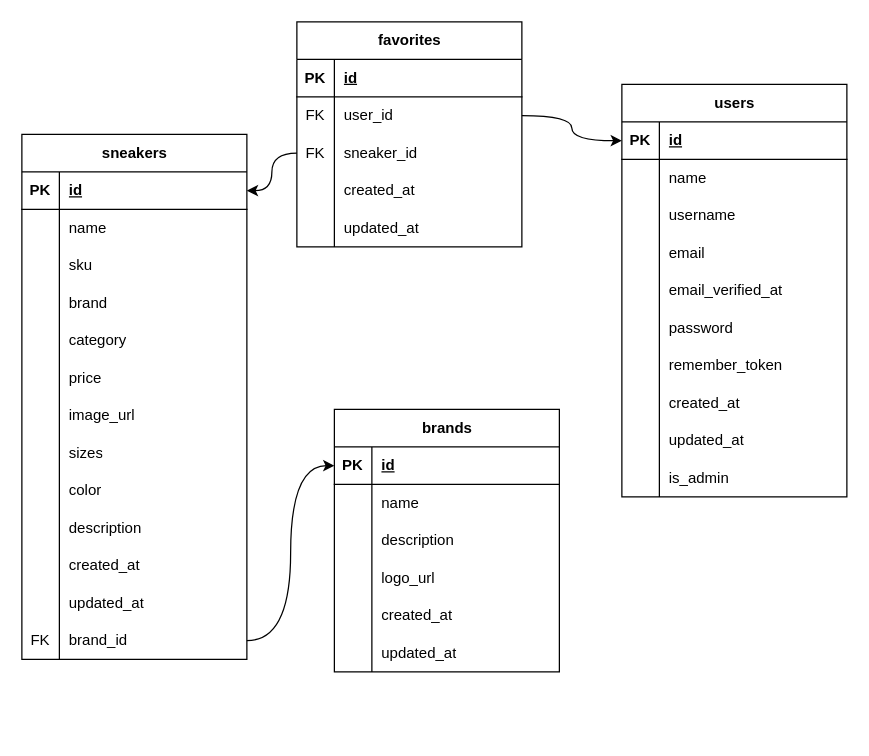
Before: diagrama BBDD.drawio in notsauz/web-zapatillas, a draw.io diagram. Source tidied: cells renumbered, new cells numbered last; positions are measured from the earlier drawing's top-left corner, leaving out a move shared by most shapes. Both pictures are drawn from the tidied source at 125%, with x=0, y=0 at pixel (21, 21).
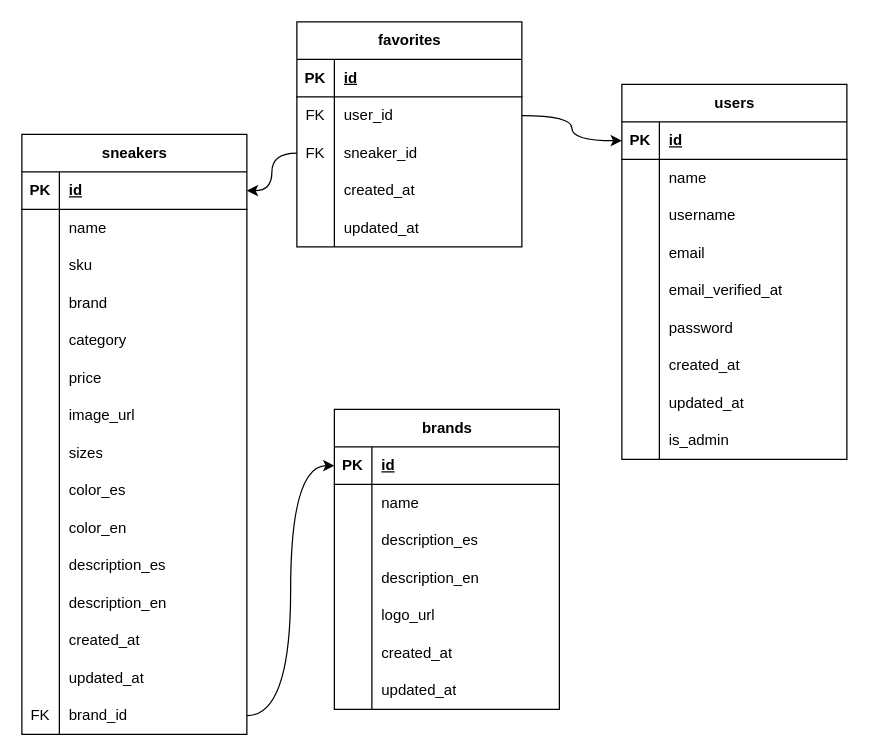
After the change.

Unchanged cells that the change refers to:
```xml
<mxCell id="27" style="shape=tableRow;horizontal=0;startSize=0;swimlaneHead=0;swimlaneBody=0;fillColor=none;top=0;left=0;right=0;bottom=0;" parent="2" vertex="1">
  <mxGeometry y="270" width="180" height="30" as="geometry" />
</mxCell>
<mxCell id="98" style="shape=tableRow;horizontal=0;startSize=0;swimlaneHead=0;swimlaneBody=0;fillColor=none;top=0;left=0;right=0;bottom=0;" parent="91" vertex="1">
  <mxGeometry y="90" width="180" height="30" as="geometry" />
</mxCell>
```

Diff of the diagram source:
```diff
@@
     <mxCell id="2" value="sneakers" style="shape=table;startSize=30;childLayout=tableLayout;rowLines=0;fontStyle=1;align=center;html=1;" parent="1" vertex="1">
-      <mxGeometry y="90" width="180" height="420" as="geometry" />
+      <mxGeometry y="90" width="180" height="480" as="geometry" />
     </mxCell>
@@
-    <mxCell id="29" value="color" style="shape=partialRectangle;fillColor=none;top=0;left=0;bottom=0;right=0;align=left;spacingLeft=6;overflow=hidden;whiteSpace=wrap;html=1;" parent="27" vertex="1">
+    <mxCell id="29" value="color_es" style="shape=partialRectangle;fillColor=none;top=0;left=0;bottom=0;right=0;align=left;spacingLeft=6;overflow=hidden;whiteSpace=wrap;html=1;" parent="27" vertex="1">
       <mxGeometry x="30" width="150" height="30" as="geometry" />
     </mxCell>
+    <mxCell id="111" style="shape=tableRow;horizontal=0;startSize=0;swimlaneHead=0;swimlaneBody=0;fillColor=none;top=0;left=0;right=0;bottom=0;" parent="2" vertex="1">
+      <mxGeometry y="300" width="180" height="30" as="geometry" />
+    </mxCell>
+    <mxCell id="112" style="shape=partialRectangle;fillColor=none;top=0;left=0;bottom=0;right=0;overflow=hidden;whiteSpace=wrap;html=1;" parent="111" vertex="1">
+      <mxGeometry width="30" height="30" as="geometry" />
+    </mxCell>
+    <mxCell id="113" value="color_en" style="shape=partialRectangle;fillColor=none;top=0;left=0;bottom=0;right=0;align=left;spacingLeft=6;overflow=hidden;whiteSpace=wrap;html=1;" parent="111" vertex="1">
+      <mxGeometry x="30" width="150" height="30" as="geometry" />
+    </mxCell>
+    <mxCell id="114" style="shape=tableRow;horizontal=0;startSize=0;swimlaneHead=0;swimlaneBody=0;fillColor=none;top=0;left=0;right=0;bottom=0;" parent="2" vertex="1">
+      <mxGeometry y="330" width="180" height="30" as="geometry" />
+    </mxCell>
+    <mxCell id="115" style="shape=partialRectangle;fillColor=none;top=0;left=0;bottom=0;right=0;overflow=hidden;whiteSpace=wrap;html=1;" parent="114" vertex="1">
+      <mxGeometry width="30" height="30" as="geometry" />
+    </mxCell>
+    <mxCell id="116" value="description_es" style="shape=partialRectangle;fillColor=none;top=0;left=0;bottom=0;right=0;align=left;spacingLeft=6;overflow=hidden;whiteSpace=wrap;html=1;" parent="114" vertex="1">
+      <mxGeometry x="30" width="150" height="30" as="geometry" />
+    </mxCell>
     <mxCell id="30" style="shape=tableRow;horizontal=0;startSize=0;swimlaneHead=0;swimlaneBody=0;fillColor=none;top=0;left=0;right=0;bottom=0;" parent="2" vertex="1">
-      <mxGeometry y="300" width="180" height="30" as="geometry" />
+      <mxGeometry y="360" width="180" height="30" as="geometry" />
     </mxCell>
@@
-    <mxCell id="32" value="description" style="shape=partialRectangle;fillColor=none;top=0;left=0;bottom=0;right=0;align=left;spacingLeft=6;overflow=hidden;whiteSpace=wrap;html=1;" parent="30" vertex="1">
+    <mxCell id="32" value="description_en" style="shape=partialRectangle;fillColor=none;top=0;left=0;bottom=0;right=0;align=left;spacingLeft=6;overflow=hidden;whiteSpace=wrap;html=1;" parent="30" vertex="1">
       <mxGeometry x="30" width="150" height="30" as="geometry" />
     </mxCell>
     <mxCell id="33" style="shape=tableRow;horizontal=0;startSize=0;swimlaneHead=0;swimlaneBody=0;fillColor=none;top=0;left=0;right=0;bottom=0;" parent="2" vertex="1">
-      <mxGeometry y="330" width="180" height="30" as="geometry" />
+      <mxGeometry y="390" width="180" height="30" as="geometry" />
     </mxCell>
@@
     <mxCell id="36" style="shape=tableRow;horizontal=0;startSize=0;swimlaneHead=0;swimlaneBody=0;fillColor=none;top=0;left=0;right=0;bottom=0;" parent="2" vertex="1">
-      <mxGeometry y="360" width="180" height="30" as="geometry" />
+      <mxGeometry y="420" width="180" height="30" as="geometry" />
     </mxCell>
@@
     <mxCell id="39" style="shape=tableRow;horizontal=0;startSize=0;swimlaneHead=0;swimlaneBody=0;fillColor=none;points=[[0,0.5],[1,0.5]];portConstraint=eastwest;top=0;left=0;right=0;bottom=0;" parent="2" vertex="1">
-      <mxGeometry y="390" width="180" height="30" as="geometry" />
+      <mxGeometry y="450" width="180" height="30" as="geometry" />
     </mxCell>
@@
     <mxCell id="59" value="users" style="shape=table;startSize=30;childLayout=tableLayout;rowLines=0;fontStyle=1;align=center;html=1;" parent="1" vertex="1">
-      <mxGeometry x="480" y="50" width="180" height="330" as="geometry" />
+      <mxGeometry x="480" y="50" width="180" height="300" as="geometry" />
     </mxCell>
@@
-    <mxCell id="78" style="shape=tableRow;horizontal=0;startSize=0;swimlaneHead=0;swimlaneBody=0;fillColor=none;top=0;left=0;right=0;bottom=0;" parent="59" vertex="1">
-      <mxGeometry y="210" width="180" height="30" as="geometry" />
-    </mxCell>
-    <mxCell id="79" style="shape=partialRectangle;fillColor=none;top=0;left=0;bottom=0;right=0;overflow=hidden;whiteSpace=wrap;html=1;" parent="78" vertex="1">
-      <mxGeometry width="30" height="30" as="geometry" />
-    </mxCell>
-    <mxCell id="80" value="remember_token" style="shape=partialRectangle;fillColor=none;top=0;left=0;bottom=0;right=0;align=left;spacingLeft=6;overflow=hidden;whiteSpace=wrap;html=1;" parent="78" vertex="1">
-      <mxGeometry x="30" width="150" height="30" as="geometry" />
-    </mxCell>
     <mxCell id="81" style="shape=tableRow;horizontal=0;startSize=0;swimlaneHead=0;swimlaneBody=0;fillColor=none;top=0;left=0;right=0;bottom=0;" parent="59" vertex="1">
-      <mxGeometry y="240" width="180" height="30" as="geometry" />
+      <mxGeometry y="210" width="180" height="30" as="geometry" />
     </mxCell>
@@
     <mxCell id="84" style="shape=tableRow;horizontal=0;startSize=0;swimlaneHead=0;swimlaneBody=0;fillColor=none;top=0;left=0;right=0;bottom=0;" parent="59" vertex="1">
-      <mxGeometry y="270" width="180" height="30" as="geometry" />
+      <mxGeometry y="240" width="180" height="30" as="geometry" />
     </mxCell>
@@
     <mxCell id="87" style="shape=tableRow;horizontal=0;startSize=0;swimlaneHead=0;swimlaneBody=0;fillColor=none;top=0;left=0;right=0;bottom=0;" parent="59" vertex="1">
-      <mxGeometry y="300" width="180" height="30" as="geometry" />
+      <mxGeometry y="270" width="180" height="30" as="geometry" />
     </mxCell>
@@
     <mxCell id="91" value="brands" style="shape=table;startSize=30;childLayout=tableLayout;rowLines=0;fontStyle=1;align=center;html=1;" parent="1" vertex="1">
-      <mxGeometry x="250" y="310" width="180" height="210" as="geometry" />
+      <mxGeometry x="250" y="310" width="180" height="240" as="geometry" />
     </mxCell>
@@
-    <mxCell id="100" value="description" style="shape=partialRectangle;fillColor=none;top=0;left=0;bottom=0;right=0;align=left;spacingLeft=6;overflow=hidden;whiteSpace=wrap;html=1;" parent="98" vertex="1">
+    <mxCell id="100" value="description_es" style="shape=partialRectangle;fillColor=none;top=0;left=0;bottom=0;right=0;align=left;spacingLeft=6;overflow=hidden;whiteSpace=wrap;html=1;" parent="98" vertex="1">
       <mxGeometry x="30" width="150" height="30" as="geometry" />
     </mxCell>
+    <mxCell id="117" style="shape=tableRow;horizontal=0;startSize=0;swimlaneHead=0;swimlaneBody=0;fillColor=none;top=0;left=0;right=0;bottom=0;" parent="91" vertex="1">
+      <mxGeometry y="120" width="180" height="30" as="geometry" />
+    </mxCell>
+    <mxCell id="118" style="shape=partialRectangle;fillColor=none;top=0;left=0;bottom=0;right=0;overflow=hidden;whiteSpace=wrap;html=1;" parent="117" vertex="1">
+      <mxGeometry width="30" height="30" as="geometry" />
+    </mxCell>
+    <mxCell id="119" value="description_en" style="shape=partialRectangle;fillColor=none;top=0;left=0;bottom=0;right=0;align=left;spacingLeft=6;overflow=hidden;whiteSpace=wrap;html=1;" parent="117" vertex="1">
+      <mxGeometry x="30" width="150" height="30" as="geometry" />
+    </mxCell>
     <mxCell id="101" style="shape=tableRow;horizontal=0;startSize=0;swimlaneHead=0;swimlaneBody=0;fillColor=none;top=0;left=0;right=0;bottom=0;" parent="91" vertex="1">
-      <mxGeometry y="120" width="180" height="30" as="geometry" />
+      <mxGeometry y="150" width="180" height="30" as="geometry" />
     </mxCell>
@@
     <mxCell id="104" style="shape=tableRow;horizontal=0;startSize=0;swimlaneHead=0;swimlaneBody=0;fillColor=none;top=0;left=0;right=0;bottom=0;" parent="91" vertex="1">
-      <mxGeometry y="150" width="180" height="30" as="geometry" />
+      <mxGeometry y="180" width="180" height="30" as="geometry" />
     </mxCell>
@@
     <mxCell id="107" style="shape=tableRow;horizontal=0;startSize=0;swimlaneHead=0;swimlaneBody=0;fillColor=none;top=0;left=0;right=0;bottom=0;" parent="91" vertex="1">
-      <mxGeometry y="180" width="180" height="30" as="geometry" />
+      <mxGeometry y="210" width="180" height="30" as="geometry" />
     </mxCell>
```
